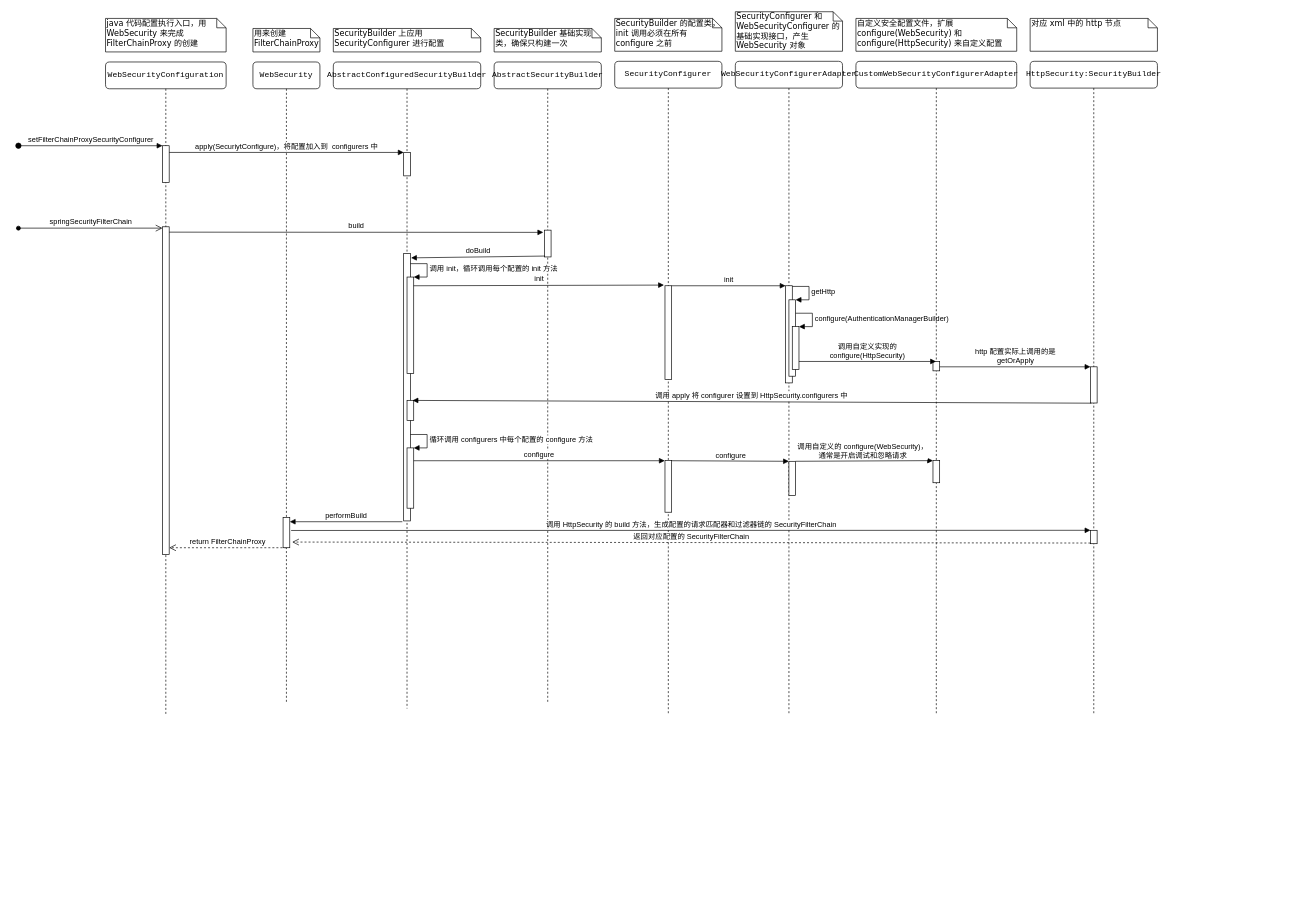
Before: spring-security-config.drawio in kostark/drawio-repo, a draw.io diagram. Source tidied: cells renumbered, new cells numbered last; positions are measured from the earlier drawing's top-left corner, leaving out a move shared by most shapes. Both pictures are drawn from the tidied source at 67%, with x=0, y=0 at pixel (18, 11).
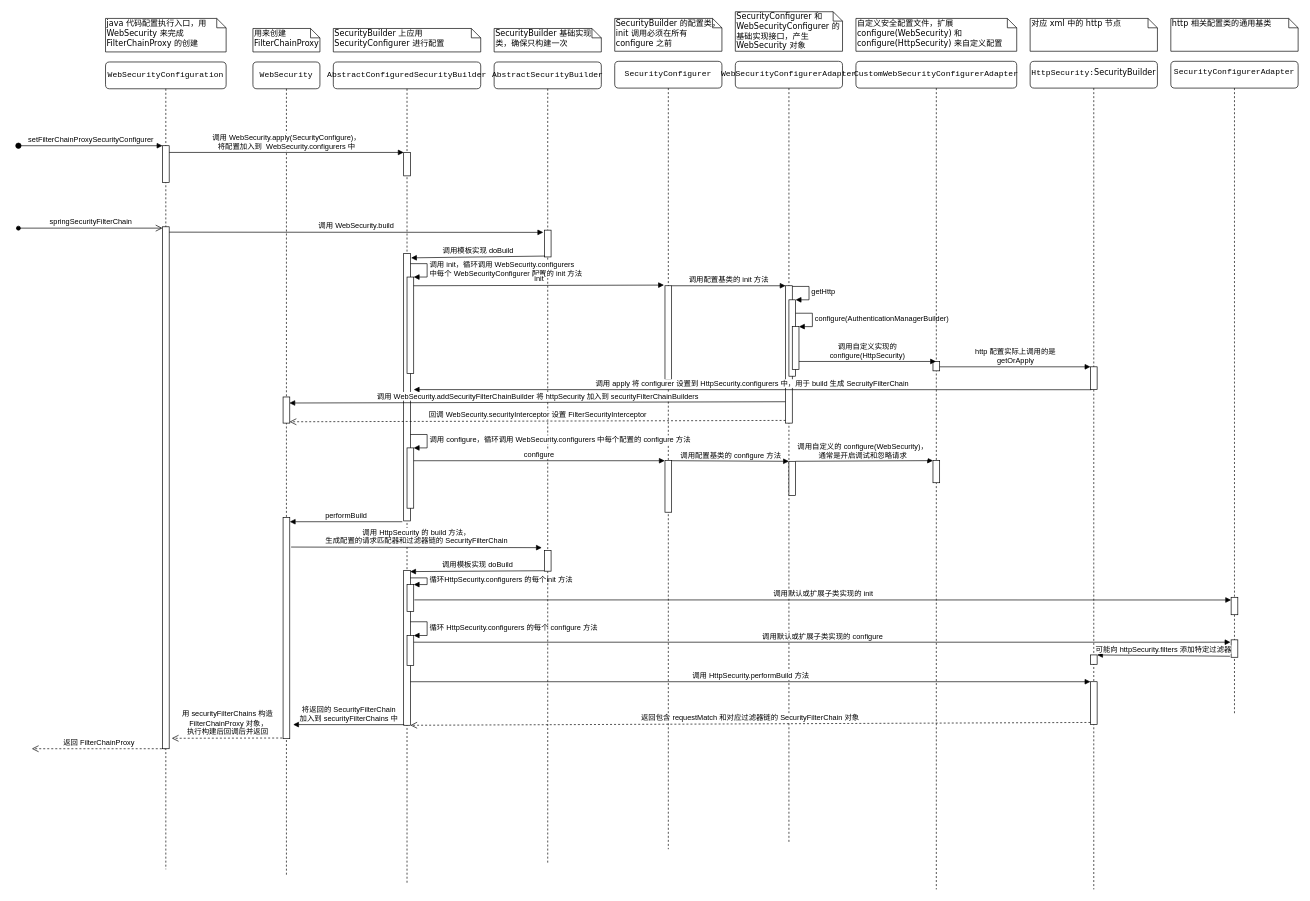
Above is the later version.

Unchanged cells that the change refers to:
```xml
<mxCell id="6" style="html=1;points=[];perimeter=orthogonalPerimeter;" parent="5" vertex="1">
  <mxGeometry x="105" y="135" width="10" height="35" as="geometry" />
</mxCell>
<mxCell id="8" style="html=1;points=[];perimeter=orthogonalPerimeter;" parent="7" vertex="1">
  <mxGeometry x="85" y="125" width="10" height="55" as="geometry" />
</mxCell>
<mxCell id="17" style="html=1;points=[];perimeter=orthogonalPerimeter;rounded=0;shadow=0;comic=0;labelBackgroundColor=none;strokeColor=#000000;strokeWidth=1;fillColor=#FFFFFF;fontFamily=Verdana;fontSize=12;fontColor=#000000;align=center;" parent="1" vertex="1">
  <mxGeometry x="575" y="361" width="10" height="399" as="geometry" />
</mxCell>
<mxCell id="18" style="html=1;points=[];perimeter=orthogonalPerimeter;" parent="1" vertex="1">
  <mxGeometry x="580" y="396" width="10" height="144" as="geometry" />
</mxCell>
<mxCell id="21" style="html=1;points=[];perimeter=orthogonalPerimeter;" parent="1" vertex="1">
  <mxGeometry x="580" y="651" width="10" height="90" as="geometry" />
</mxCell>
<mxCell id="27" style="html=1;points=[];perimeter=orthogonalPerimeter;rounded=0;shadow=0;comic=0;labelBackgroundColor=none;strokeColor=#000000;strokeWidth=1;fillColor=#FFFFFF;fontFamily=Verdana;fontSize=12;fontColor=#000000;align=center;" parent="1" vertex="1">
  <mxGeometry x="785" y="326" width="10" height="40" as="geometry" />
</mxCell>
<mxCell id="29" style="html=1;points=[];perimeter=orthogonalPerimeter;rounded=0;shadow=0;comic=0;labelBackgroundColor=none;strokeColor=#000000;strokeWidth=1;fillColor=#FFFFFF;fontFamily=Verdana;fontSize=12;fontColor=#000000;align=center;" parent="1" vertex="1">
  <mxGeometry x="965" y="409" width="10" height="140" as="geometry" />
</mxCell>
<mxCell id="31" style="html=1;points=[];perimeter=orthogonalPerimeter;rounded=0;shadow=0;comic=0;labelBackgroundColor=none;strokeColor=#000000;strokeWidth=1;fillColor=#FFFFFF;fontFamily=Verdana;fontSize=12;fontColor=#000000;align=center;" parent="1" vertex="1">
  <mxGeometry x="965" y="670" width="10" height="77" as="geometry" />
</mxCell>
<mxCell id="35" style="html=1;points=[];perimeter=orthogonalPerimeter;" parent="33" vertex="1">
  <mxGeometry x="80" y="597" width="10" height="51" as="geometry" />
</mxCell>
```

Change to the diagram source:
```diff
@@
     <mxCell id="2" value="&lt;pre&gt;&lt;span&gt;WebSecurity&lt;/span&gt;&lt;/pre&gt;" style="shape=umlLifeline;perimeter=lifelinePerimeter;whiteSpace=wrap;html=1;rounded=1;shadow=0;comic=0;labelBackgroundColor=none;strokeColor=#000000;strokeWidth=1;fillColor=#FFFFFF;fontFamily=Verdana;fontSize=12;fontColor=#000000;align=center;" parent="1" vertex="1">
-      <mxGeometry x="350" y="75" width="100" height="955" as="geometry" />
+      <mxGeometry x="350" y="75" width="100" height="1215" as="geometry" />
     </mxCell>
-    <mxCell id="3" value="return FilterChainProxy" style="html=1;verticalAlign=bottom;endArrow=open;dashed=1;endSize=8;strokeColor=#000000;" parent="2" edge="1">
-      <mxGeometry relative="1" as="geometry">
-        <mxPoint x="50" y="725" as="sourcePoint" />
-        <mxPoint x="-125" y="725" as="targetPoint" />
-      </mxGeometry>
-    </mxCell>
     <mxCell id="4" style="html=1;points=[];perimeter=orthogonalPerimeter;" parent="2" vertex="1">
-      <mxGeometry x="45" y="680" width="10" height="45" as="geometry" />
+      <mxGeometry x="45" y="680" width="10" height="330" as="geometry" />
     </mxCell>
+    <mxCell id="58" style="html=1;points=[];perimeter=orthogonalPerimeter;" parent="2" vertex="1">
+      <mxGeometry x="45" y="500" width="10" height="39" as="geometry" />
+    </mxCell>
     <mxCell id="5" value="&lt;pre&gt;&lt;pre&gt;&lt;span&gt;AbstractConfiguredSecurityBuilder&lt;/span&gt;&lt;/pre&gt;&lt;/pre&gt;" style="shape=umlLifeline;perimeter=lifelinePerimeter;whiteSpace=wrap;html=1;rounded=1;shadow=0;comic=0;labelBackgroundColor=none;strokeColor=#000000;strokeWidth=1;fillColor=#FFFFFF;fontFamily=Verdana;fontSize=12;fontColor=#000000;align=center;" parent="1" vertex="1">
-      <mxGeometry x="470" y="75" width="220" height="965" as="geometry" />
+      <mxGeometry x="470" y="75" width="220" height="1225" as="geometry" />
     </mxCell>
@@
+    <mxCell id="59" style="html=1;points=[];perimeter=orthogonalPerimeter;" parent="5" vertex="1">
+      <mxGeometry x="105" y="759" width="10" height="231" as="geometry" />
+    </mxCell>
+    <mxCell id="60" style="html=1;points=[];perimeter=orthogonalPerimeter;" parent="5" vertex="1">
+      <mxGeometry x="110" y="780" width="10" height="40" as="geometry" />
+    </mxCell>
+    <mxCell id="61" value="循环HttpSecurity.configurers 的每个init 方法" style="edgeStyle=orthogonalEdgeStyle;html=1;align=left;spacingLeft=2;endArrow=block;rounded=0;entryX=1;entryY=0;" parent="5" edge="1" target="60">
+      <mxGeometry relative="1" as="geometry">
+        <mxPoint x="115" y="770" as="sourcePoint" />
+        <Array as="points">
+          <mxPoint x="140" y="770" />
+        </Array>
+      </mxGeometry>
+    </mxCell>
+    <mxCell id="62" style="html=1;points=[];perimeter=orthogonalPerimeter;" parent="5" vertex="1">
+      <mxGeometry x="110" y="856" width="10" height="45" as="geometry" />
+    </mxCell>
+    <mxCell id="63" value="循环 HttpSecurity.configurers 的每个 configure 方法" style="edgeStyle=orthogonalEdgeStyle;html=1;align=left;spacingLeft=2;endArrow=block;rounded=0;entryX=1;entryY=0;" parent="5" edge="1" target="62">
+      <mxGeometry relative="1" as="geometry">
+        <mxPoint x="115" y="835.5" as="sourcePoint" />
+        <Array as="points">
+          <mxPoint x="140" y="835.5" />
+        </Array>
+      </mxGeometry>
+    </mxCell>
     <mxCell id="7" value="&lt;pre&gt;&lt;span&gt;WebSecurityConfiguration&lt;/span&gt;&lt;/pre&gt;" style="shape=umlLifeline;perimeter=lifelinePerimeter;whiteSpace=wrap;html=1;rounded=1;shadow=0;comic=0;labelBackgroundColor=none;strokeColor=#000000;strokeWidth=1;fillColor=#FFFFFF;fontFamily=Verdana;fontSize=12;fontColor=#000000;align=center;" parent="1" vertex="1">
-      <mxGeometry x="130" y="75" width="180" height="975" as="geometry" />
+      <mxGeometry x="130" y="75" width="180" height="1205" as="geometry" />
     </mxCell>
@@
+    <mxCell id="64" value="返回 FilterChainProxy" style="html=1;verticalAlign=bottom;endArrow=open;dashed=1;endSize=8;" parent="7" edge="1">
+      <mxGeometry relative="1" as="geometry">
+        <mxPoint x="90" y="1025" as="sourcePoint" />
+        <mxPoint x="-110" y="1025" as="targetPoint" />
+      </mxGeometry>
+    </mxCell>
@@
     <mxCell id="13" value="&lt;pre&gt;&lt;span&gt;AbstractSecurityBuilder&lt;/span&gt;&lt;/pre&gt;" style="shape=umlLifeline;perimeter=lifelinePerimeter;whiteSpace=wrap;html=1;rounded=1;shadow=0;comic=0;labelBackgroundColor=none;strokeColor=#000000;strokeWidth=1;fillColor=#FFFFFF;fontFamily=Verdana;fontSize=12;fontColor=#000000;align=center;" parent="1" vertex="1">
-      <mxGeometry x="710" y="75" width="160" height="955" as="geometry" />
+      <mxGeometry x="710" y="75" width="160" height="1195" as="geometry" />
     </mxCell>
+    <mxCell id="65" style="html=1;points=[];perimeter=orthogonalPerimeter;rounded=0;shadow=0;comic=0;labelBackgroundColor=none;strokeColor=#000000;strokeWidth=1;fillColor=#FFFFFF;fontFamily=Verdana;fontSize=12;fontColor=#000000;align=center;" parent="13" vertex="1">
+      <mxGeometry x="75" y="729" width="10" height="31" as="geometry" />
+    </mxCell>
@@
     <mxCell id="15" value="&lt;pre&gt;&lt;pre&gt;&lt;span&gt;SecurityConfigurer&lt;/span&gt;&lt;/pre&gt;&lt;/pre&gt;" style="shape=umlLifeline;perimeter=lifelinePerimeter;whiteSpace=wrap;html=1;rounded=1;shadow=0;comic=0;labelBackgroundColor=none;strokeColor=#000000;strokeWidth=1;fillColor=#FFFFFF;fontFamily=Verdana;fontSize=12;fontColor=#000000;align=center;" parent="1" vertex="1">
-      <mxGeometry x="890" y="74" width="160" height="976" as="geometry" />
+      <mxGeometry x="890" y="74" width="160" height="1176" as="geometry" />
     </mxCell>
@@
-    <mxCell id="19" value="调用 init，循环调用每个配置的 init 方法" style="edgeStyle=orthogonalEdgeStyle;html=1;align=left;spacingLeft=2;endArrow=block;rounded=0;entryX=1;entryY=0;strokeColor=#000000;" parent="1" edge="1" target="18">
+    <mxCell id="19" value="调用 init，循环调用 WebSecurity.configurers &lt;br&gt;中每个 WebSecurityConfigurer 配置的 init 方法" style="edgeStyle=orthogonalEdgeStyle;html=1;align=left;spacingLeft=2;endArrow=block;rounded=0;entryX=1;entryY=0;strokeColor=#000000;" parent="1" edge="1" target="18">
       <mxGeometry relative="1" as="geometry">
         <mxPoint x="585" y="376" as="sourcePoint" />
         <Array as="points">
           <mxPoint x="610" y="376" />
         </Array>
       </mxGeometry>
     </mxCell>
@@
-    <mxCell id="22" value="循环调用 configurers 中每个配置的 configure 方法" style="edgeStyle=orthogonalEdgeStyle;html=1;align=left;spacingLeft=2;endArrow=block;rounded=0;entryX=1;entryY=0;strokeColor=#000000;" parent="1" edge="1" target="21">
+    <mxCell id="22" value="调用 configure，循环调用 WebSecurity.configurers 中每个配置的 configure 方法" style="edgeStyle=orthogonalEdgeStyle;html=1;align=left;spacingLeft=2;endArrow=block;rounded=0;entryX=1;entryY=0;strokeColor=#000000;" parent="1" edge="1" target="21">
       <mxGeometry relative="1" as="geometry">
         <mxPoint x="585" y="631" as="sourcePoint" />
         <Array as="points">
           <mxPoint x="610" y="631" />
         </Array>
       </mxGeometry>
     </mxCell>
     <mxCell id="23" style="html=1;points=[];perimeter=orthogonalPerimeter;" parent="1" vertex="1">
-      <mxGeometry x="215" y="321" width="10" height="489" as="geometry" />
+      <mxGeometry x="215" y="321" width="10" height="779" as="geometry" />
     </mxCell>
@@
-    <mxCell id="25" value="build&lt;br&gt;" style="html=1;verticalAlign=bottom;endArrow=block;strokeColor=#000000;entryX=-0.167;entryY=0.083;entryDx=0;entryDy=0;entryPerimeter=0;" parent="1" edge="1" target="27">
+    <mxCell id="25" value="调用 WebSecurity.build&lt;br&gt;" style="html=1;verticalAlign=bottom;endArrow=block;strokeColor=#000000;entryX=-0.167;entryY=0.083;entryDx=0;entryDy=0;entryPerimeter=0;" parent="1" edge="1" target="27">
       <mxGeometry relative="1" as="geometry">
         <mxPoint x="225" y="329" as="sourcePoint" />
       </mxGeometry>
     </mxCell>
@@
-    <mxCell id="28" value="doBuild" style="html=1;verticalAlign=bottom;startArrow=none;endArrow=block;startSize=8;startFill=0;strokeColor=#000000;entryX=1.1;entryY=0.016;entryDx=0;entryDy=0;entryPerimeter=0;exitX=0.1;exitY=0.967;exitDx=0;exitDy=0;exitPerimeter=0;" parent="1" edge="1" source="27" target="17">
+    <mxCell id="28" value="调用模板实现 doBuild" style="html=1;verticalAlign=bottom;startArrow=none;endArrow=block;startSize=8;startFill=0;strokeColor=#000000;entryX=1.1;entryY=0.016;entryDx=0;entryDy=0;entryPerimeter=0;exitX=0.1;exitY=0.967;exitDx=0;exitDy=0;exitPerimeter=0;" parent="1" edge="1" source="27" target="17">
       <mxGeometry relative="1" as="geometry" />
     </mxCell>
@@
-    <mxCell id="32" value="apply(SecuriytConfigure)，将配置加入到&amp;nbsp; &lt;span&gt;configurers 中&lt;/span&gt;" style="html=1;verticalAlign=bottom;endArrow=block;entryX=0;entryY=0;strokeColor=#000000;" parent="1" edge="1" source="8" target="6">
+    <mxCell id="32" value="调用 WebSecurity.apply(SecurityConfigure)，&lt;br&gt;将配置加入到&amp;nbsp; WebSecurity.&lt;span&gt;configurers 中&lt;/span&gt;" style="html=1;verticalAlign=bottom;endArrow=block;entryX=0;entryY=0;strokeColor=#000000;" parent="1" edge="1" source="8" target="6">
       <mxGeometry relative="1" as="geometry" />
     </mxCell>
     <mxCell id="33" value="&lt;pre&gt;&lt;pre&gt;&lt;pre&gt;&lt;span&gt;WebSecurityConfigurerAdapter&lt;/span&gt;&lt;/pre&gt;&lt;/pre&gt;&lt;/pre&gt;" style="shape=umlLifeline;perimeter=lifelinePerimeter;whiteSpace=wrap;html=1;rounded=1;shadow=0;comic=0;labelBackgroundColor=none;strokeColor=#000000;strokeWidth=1;fillColor=#FFFFFF;fontFamily=Verdana;fontSize=12;fontColor=#000000;align=center;" parent="1" vertex="1">
-      <mxGeometry x="1070" y="74" width="160" height="976" as="geometry" />
+      <mxGeometry x="1070" y="74" width="160" height="1166" as="geometry" />
     </mxCell>
     <mxCell id="34" style="html=1;points=[];perimeter=orthogonalPerimeter;" parent="33" vertex="1">
-      <mxGeometry x="75" y="335" width="10" height="145" as="geometry" />
+      <mxGeometry x="75" y="335" width="10" height="205" as="geometry" />
     </mxCell>
@@
     <mxCell id="41" value="&lt;pre&gt;&lt;pre&gt;&lt;span&gt;CustomWebSecurityConfigurerAdapter&lt;/span&gt;&lt;/pre&gt;&lt;/pre&gt;" style="shape=umlLifeline;perimeter=lifelinePerimeter;whiteSpace=wrap;html=1;rounded=1;shadow=0;comic=0;labelBackgroundColor=none;strokeColor=#000000;strokeWidth=1;fillColor=#FFFFFF;fontFamily=Verdana;fontSize=12;fontColor=#000000;align=center;" parent="1" vertex="1">
-      <mxGeometry x="1250" y="74" width="240" height="976" as="geometry" />
+      <mxGeometry x="1250" y="74" width="240" height="1236" as="geometry" />
     </mxCell>
@@
-    <mxCell id="45" value="init" style="html=1;verticalAlign=bottom;endArrow=block;entryX=0;entryY=0;strokeColor=#000000;" parent="1" edge="1" source="29" target="34">
+    <mxCell id="45" value="调用配置基类的 init 方法" style="html=1;verticalAlign=bottom;endArrow=block;entryX=0;entryY=0;strokeColor=#000000;" parent="1" edge="1" source="29" target="34">
       <mxGeometry relative="1" as="geometry" />
     </mxCell>
-    <mxCell id="46" value="configure" style="html=1;verticalAlign=bottom;endArrow=block;entryX=0;entryY=0;strokeColor=#000000;exitX=1.052;exitY=0.002;exitDx=0;exitDy=0;exitPerimeter=0;" parent="1" edge="1" source="31" target="35">
+    <mxCell id="46" value="调用配置基类的 configure 方法" style="html=1;verticalAlign=bottom;endArrow=block;entryX=0;entryY=0;strokeColor=#000000;exitX=1.052;exitY=0.002;exitDx=0;exitDy=0;exitPerimeter=0;" parent="1" edge="1" source="31" target="35">
       <mxGeometry relative="1" as="geometry" />
     </mxCell>
@@
-    <mxCell id="49" value="&lt;pre&gt;&lt;pre&gt;&lt;span&gt;HttpSecurity:&lt;/span&gt;SecurityBuilder&lt;/pre&gt;&lt;/pre&gt;" style="shape=umlLifeline;perimeter=lifelinePerimeter;whiteSpace=wrap;html=1;rounded=1;shadow=0;comic=0;labelBackgroundColor=none;strokeColor=#000000;strokeWidth=1;fillColor=#FFFFFF;fontFamily=Verdana;fontSize=12;fontColor=#000000;align=center;" parent="1" vertex="1">
-      <mxGeometry x="1510" y="74" width="190" height="976" as="geometry" />
+    <mxCell id="49" value="&lt;pre&gt;&lt;pre&gt;&lt;span&gt;HttpSecurity&lt;/span&gt;:&lt;span style=&quot;font-family: &amp;#34;verdana&amp;#34; ; white-space: normal&quot;&gt;SecurityBuilder&lt;/span&gt;&lt;/pre&gt;&lt;/pre&gt;" style="shape=umlLifeline;perimeter=lifelinePerimeter;whiteSpace=wrap;html=1;rounded=1;shadow=0;comic=0;labelBackgroundColor=none;strokeColor=#000000;strokeWidth=1;fillColor=#FFFFFF;fontFamily=Verdana;fontSize=12;fontColor=#000000;align=center;verticalAlign=middle;spacingTop=-6;" parent="1" vertex="1">
+      <mxGeometry x="1510" y="74" width="190" height="1236" as="geometry" />
     </mxCell>
     <mxCell id="50" style="html=1;points=[];perimeter=orthogonalPerimeter;" parent="49" vertex="1">
-      <mxGeometry x="90" y="456" width="10" height="54" as="geometry" />
+      <mxGeometry x="90" y="456" width="10" height="34" as="geometry" />
     </mxCell>
-    <mxCell id="51" style="html=1;points=[];perimeter=orthogonalPerimeter;" parent="49" vertex="1">
-      <mxGeometry x="90" y="700" width="10" height="20" as="geometry" />
-    </mxCell>
+    <mxCell id="66" style="html=1;points=[];perimeter=orthogonalPerimeter;" parent="49" vertex="1">
+      <mxGeometry x="90" y="886" width="10" height="14" as="geometry" />
+    </mxCell>
+    <mxCell id="67" style="html=1;points=[];perimeter=orthogonalPerimeter;" parent="49" vertex="1">
+      <mxGeometry x="90" y="926" width="10" height="64" as="geometry" />
+    </mxCell>
@@
-    <mxCell id="54" style="html=1;points=[];perimeter=orthogonalPerimeter;" parent="1" vertex="1">
-      <mxGeometry x="580" y="580" width="10" height="30" as="geometry" />
-    </mxCell>
-    <mxCell id="55" value="调用 apply 将 configurer 设置到 HttpSecurity.configurers 中" style="html=1;verticalAlign=bottom;endArrow=block;exitX=0.143;exitY=1.005;exitDx=0;exitDy=0;exitPerimeter=0;entryX=0.826;entryY=0.005;entryDx=0;entryDy=0;entryPerimeter=0;" parent="1" edge="1" source="50" target="54">
-      <mxGeometry relative="1" as="geometry" />
+    <mxCell id="55" value="调用 apply 将 configurer 设置到 HttpSecurity.configurers 中，用于 build 生成 SecruityFilterChain" style="html=1;verticalAlign=bottom;endArrow=block;exitX=0.143;exitY=1.005;exitDx=0;exitDy=0;exitPerimeter=0;" parent="1" edge="1" source="50">
+      <mxGeometry relative="1" as="geometry">
+        <mxPoint x="590" y="564" as="targetPoint" />
+      </mxGeometry>
     </mxCell>
-    <mxCell id="56" value="调用 HttpSecurity 的 build 方法，生成配置的请求匹配器和过滤器链的 SecurityFilterChain" style="html=1;verticalAlign=bottom;endArrow=block;entryX=0;entryY=0;exitX=1.2;exitY=0.428;exitDx=0;exitDy=0;exitPerimeter=0;" parent="1" edge="1" source="4" target="51">
-      <mxGeometry relative="1" as="geometry" />
+    <mxCell id="56" value="调用 HttpSecurity 的 build 方法，&lt;br&gt;生成配置的请求匹配器和过滤器链的 SecurityFilterChain" style="html=1;verticalAlign=bottom;endArrow=block;entryX=-0.382;entryY=0.024;entryDx=0;entryDy=0;entryPerimeter=0;" parent="1" edge="1">
+      <mxGeometry relative="1" as="geometry">
+        <mxPoint x="407" y="799" as="sourcePoint" />
+        <mxPoint x="781.2" y="799.9" as="targetPoint" />
+      </mxGeometry>
     </mxCell>
-    <mxCell id="57" value="返回对应配置的 SecurityFilterChain" style="html=1;verticalAlign=bottom;endArrow=open;dashed=1;endSize=8;exitX=0;exitY=0.95;entryX=1.357;entryY=0.812;entryDx=0;entryDy=0;entryPerimeter=0;" parent="1" edge="1" source="51" target="4">
-      <mxGeometry relative="1" as="geometry" />
-    </mxCell>
+    <mxCell id="68" value="调用 WebSecurity.&lt;span&gt;addSecurityFilterChainBuilder&amp;nbsp;&lt;/span&gt;将 httpSecurity 加入到&amp;nbsp;&lt;span&gt;securityFilterChainBuilders&lt;/span&gt;" style="html=1;verticalAlign=bottom;endArrow=block;exitX=-0.029;exitY=0.83;exitDx=0;exitDy=0;exitPerimeter=0;entryX=0.94;entryY=0.231;entryDx=0;entryDy=0;entryPerimeter=0;" parent="1" edge="1" target="58">
+      <mxGeometry relative="1" as="geometry">
+        <mxPoint x="1144.7" y="582.1" as="sourcePoint" />
+      </mxGeometry>
+    </mxCell>
+    <mxCell id="69" value="回调 WebSecurity.&lt;span&gt;securityInterceptor&amp;nbsp;&lt;/span&gt;设置&amp;nbsp;&lt;span&gt;FilterSecurityInterceptor&lt;/span&gt;" style="html=1;verticalAlign=bottom;endArrow=open;dashed=1;endSize=8;entryX=0.971;entryY=0.949;entryDx=0;entryDy=0;entryPerimeter=0;" parent="1" edge="1" target="58">
+      <mxGeometry relative="1" as="geometry">
+        <mxPoint x="1145" y="610" as="sourcePoint" />
+      </mxGeometry>
+    </mxCell>
+    <mxCell id="3" value="用 securityFilterChains 构造&lt;br&gt;&amp;nbsp;FilterChainProxy 对象，&lt;br&gt;执行构建后回调后并返回" style="html=1;verticalAlign=bottom;endArrow=open;dashed=1;endSize=8;strokeColor=#000000;exitX=-0.131;exitY=0.997;exitDx=0;exitDy=0;exitPerimeter=0;entryX=1.386;entryY=0.98;entryDx=0;entryDy=0;entryPerimeter=0;" parent="1" edge="1" source="4" target="23">
+      <mxGeometry relative="1" as="geometry" />
+    </mxCell>
+    <mxCell id="70" value="调用模板实现 doBuild" style="html=1;verticalAlign=bottom;endArrow=block;exitX=-0.029;exitY=0.979;exitDx=0;exitDy=0;exitPerimeter=0;entryX=0.971;entryY=0.007;entryDx=0;entryDy=0;entryPerimeter=0;" parent="1" edge="1" source="65" target="59">
+      <mxGeometry relative="1" as="geometry" />
+    </mxCell>
+    <mxCell id="71" value="&lt;pre&gt;&lt;pre&gt;&lt;pre&gt;&lt;span&gt;SecurityConfigurerAdapter&lt;/span&gt;&lt;/pre&gt;&lt;/pre&gt;&lt;/pre&gt;" style="shape=umlLifeline;perimeter=lifelinePerimeter;whiteSpace=wrap;html=1;rounded=1;shadow=0;comic=0;labelBackgroundColor=none;strokeColor=#000000;strokeWidth=1;fillColor=#FFFFFF;fontFamily=Verdana;fontSize=12;fontColor=#000000;align=center;verticalAlign=middle;spacingTop=-6;" parent="1" vertex="1">
+      <mxGeometry x="1720" y="74" width="190" height="976" as="geometry" />
+    </mxCell>
+    <mxCell id="72" style="html=1;perimeter=orthogonalPerimeter;" parent="71" vertex="1">
+      <mxGeometry x="90" y="800" width="10" height="26" as="geometry" />
+    </mxCell>
+    <mxCell id="73" style="html=1;points=[];perimeter=orthogonalPerimeter;" parent="71" vertex="1">
+      <mxGeometry x="90" y="863.5" width="10" height="26" as="geometry" />
+    </mxCell>
+    <mxCell id="74" value="http 相关配置类的通用基类" style="shape=note;whiteSpace=wrap;html=1;size=14;verticalAlign=top;align=left;spacingTop=-6;rounded=0;shadow=0;comic=0;labelBackgroundColor=none;strokeColor=#000000;strokeWidth=1;fillColor=#FFFFFF;fontFamily=Verdana;fontSize=12;fontColor=#000000;" parent="1" vertex="1">
+      <mxGeometry x="1720" y="10" width="190" height="49" as="geometry" />
+    </mxCell>
+    <mxCell id="75" value="调用默认或扩展子类实现的 init" style="html=1;verticalAlign=bottom;endArrow=block;exitX=1.094;exitY=0.572;exitDx=0;exitDy=0;exitPerimeter=0;" parent="1" edge="1" source="60">
+      <mxGeometry relative="1" as="geometry">
+        <mxPoint x="1810" y="878" as="targetPoint" />
+      </mxGeometry>
+    </mxCell>
+    <mxCell id="76" value="调用默认或扩展子类实现的 configure" style="html=1;verticalAlign=bottom;endArrow=block;exitX=1.094;exitY=0.572;exitDx=0;exitDy=0;exitPerimeter=0;" parent="1" edge="1">
+      <mxGeometry relative="1" as="geometry">
+        <mxPoint x="590" y="941" as="sourcePoint" />
+        <mxPoint x="1809" y="941" as="targetPoint" />
+      </mxGeometry>
+    </mxCell>
+    <mxCell id="77" value="可能向 httpSecurity.&lt;span&gt;filters&lt;/span&gt;&amp;nbsp;添加特定过滤器&lt;br&gt;" style="html=1;verticalAlign=bottom;endArrow=block;entryX=1;entryY=0;exitX=-0.183;exitY=0.94;exitDx=0;exitDy=0;exitPerimeter=0;" parent="1" edge="1" source="73" target="66">
+      <mxGeometry relative="1" as="geometry" />
+    </mxCell>
+    <mxCell id="78" value="调用 HttpSecurity.performBuild 方法" style="html=1;verticalAlign=bottom;endArrow=block;entryX=0;entryY=0;" parent="1" edge="1" source="59" target="67">
+      <mxGeometry relative="1" as="geometry" />
+    </mxCell>
+    <mxCell id="79" value="返回包含 requestMatch 和对应过滤器链的 SecurityFilterChain 对象" style="html=1;verticalAlign=bottom;endArrow=open;dashed=1;endSize=8;exitX=0;exitY=0.95;entryX=1;entryY=1;entryDx=0;entryDy=0;entryPerimeter=0;" parent="1" edge="1" source="67" target="59">
+      <mxGeometry relative="1" as="geometry" />
+    </mxCell>
+    <mxCell id="80" value="将返回的 SecurityFilterChain&lt;br&gt;加入到&amp;nbsp;&lt;span&gt;securityFilterChains 中&lt;/span&gt;" style="html=1;verticalAlign=bottom;endArrow=block;exitX=0.076;exitY=0.996;exitDx=0;exitDy=0;exitPerimeter=0;" parent="1" edge="1" source="59">
+      <mxGeometry relative="1" as="geometry">
+        <mxPoint x="410" y="1064" as="targetPoint" />
+      </mxGeometry>
+    </mxCell>
```
